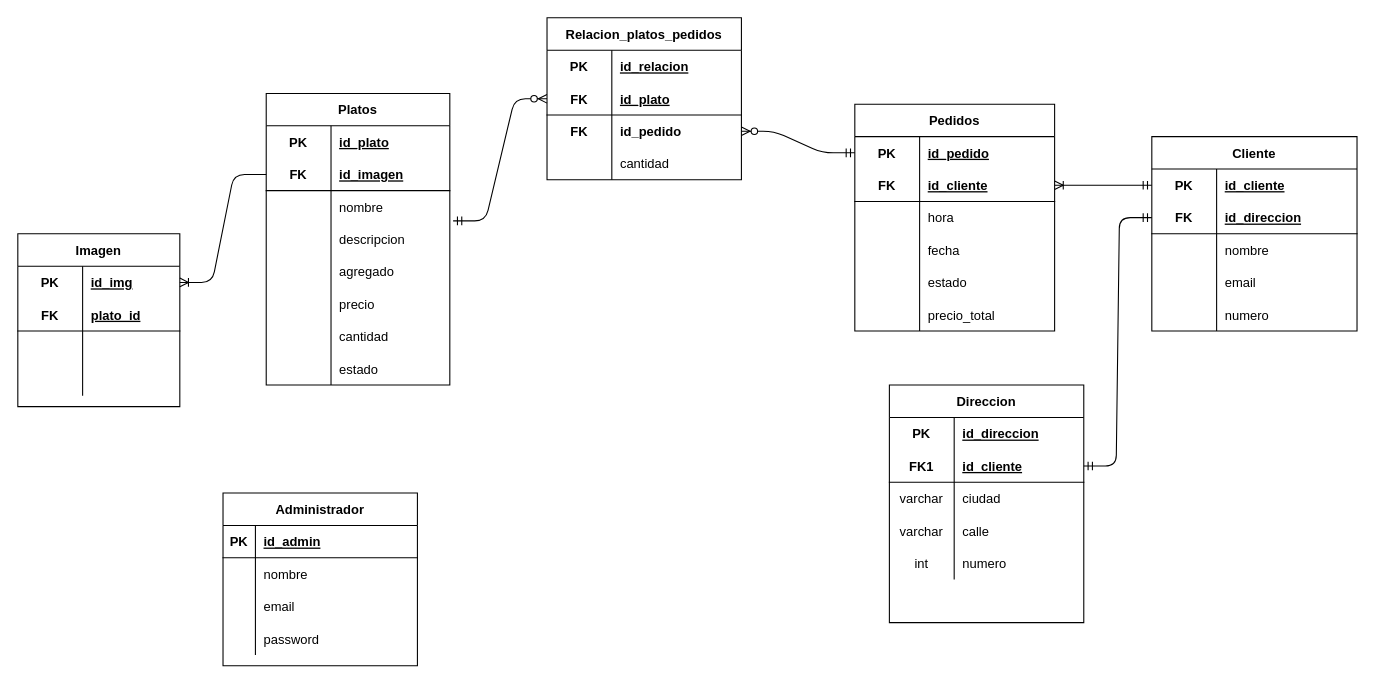
This is Diseno-base-datos-restaurant.drawio from nina011/bpmn_vi_semestre, a draw.io file, before an edit. Source tidied: cells renumbered, new cells numbered last; positions are measured from the earlier drawing's top-left corner, leaving out a move shared by most shapes. Both pictures are drawn from the tidied source at 108%, with x=0, y=0 at pixel (17, 17).
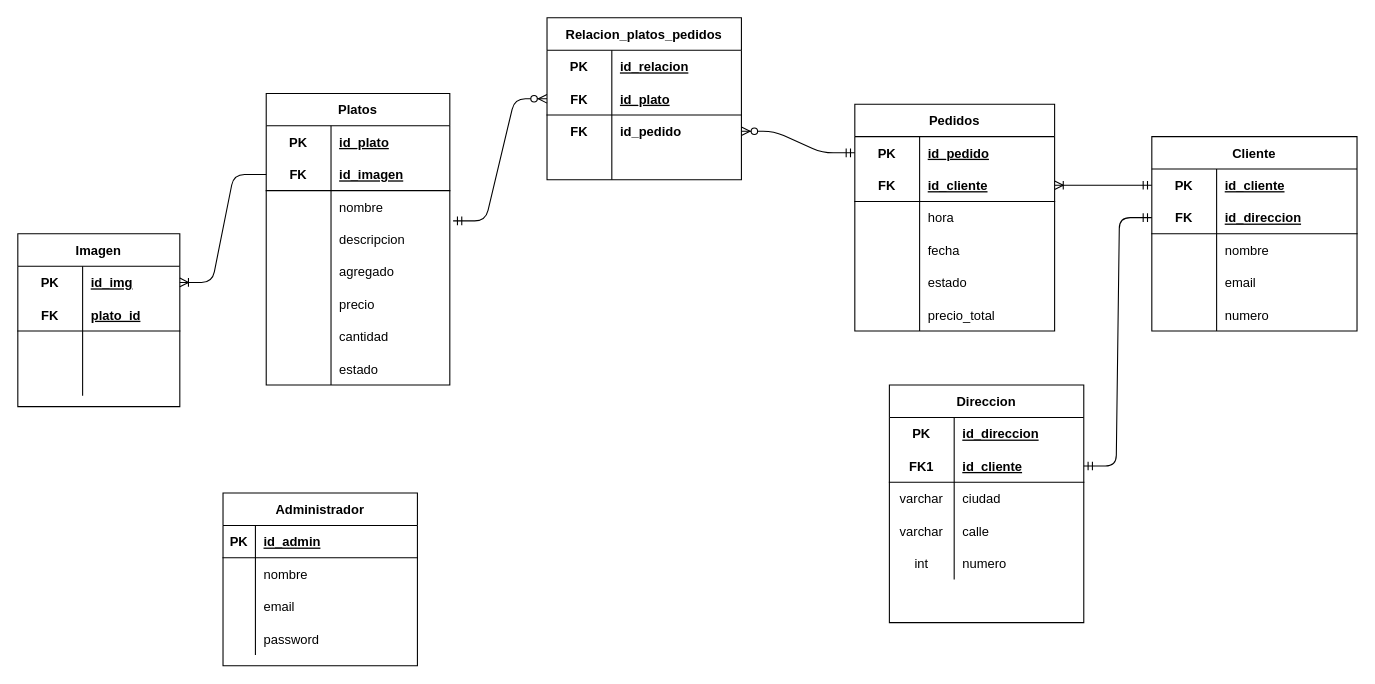
Above is the later version.

The change refers to these unchanged cells:
```xml
<mxCell id="89" style="shape=partialRectangle;fillColor=none;top=0;left=0;bottom=0;right=0;" parent="79" vertex="1">
  <mxGeometry y="120" width="180" height="30" as="geometry" />
</mxCell>
```

What changed in the source:
```diff
@@
-    <mxCell id="91" value="cantidad" style="shape=partialRectangle;fillColor=none;top=0;left=0;bottom=0;right=0;align=left;spacingLeft=6;overflow=hidden;" parent="89" vertex="1">
+    <mxCell id="91" style="shape=partialRectangle;fillColor=none;top=0;left=0;bottom=0;right=0;align=left;spacingLeft=6;overflow=hidden;" parent="89" vertex="1">
       <mxGeometry x="60" width="120" height="30" as="geometry" />
     </mxCell>
```
